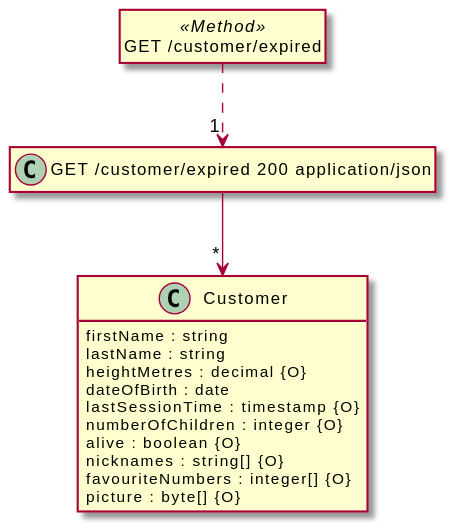
Above: src/docs/tests/path-returns-non-ref.puml.svg in davidmoten/openapi-to-plantuml (PlantUML), before the change.
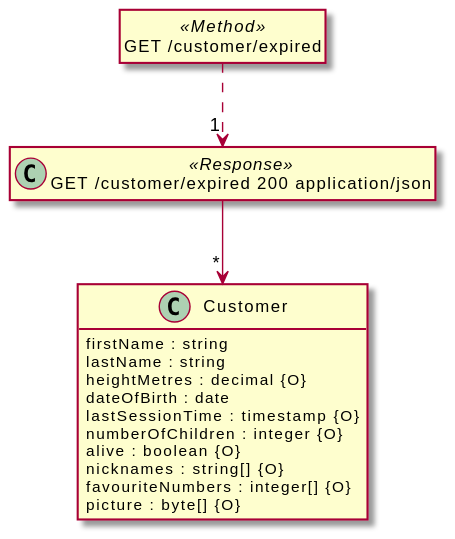
Above is the later version.

Change to the diagram source:
```diff
@@ -20,7 +20,7 @@
 class "GET /customer/expired" <<Method>> {
 }
 
-class "GET /customer/expired 200 application/json" {
+class "GET /customer/expired 200 application/json" <<Response>> {
 }
 
 "GET /customer/expired 200 application/json" --> "*" "Customer"
```
